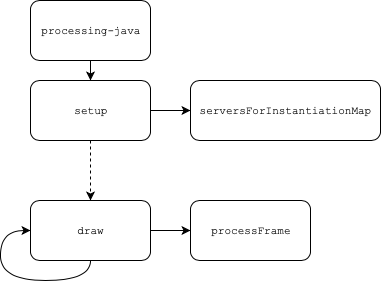
Before: Documentation/Assets/Runtime.png, a diagram exported from draw.io (marcusrossel/live-lightshow). Source tidied: cells renumbered, new cells last; positions are measured from the earlier drawing's top-left corner, leaving out a move shared by most shapes.
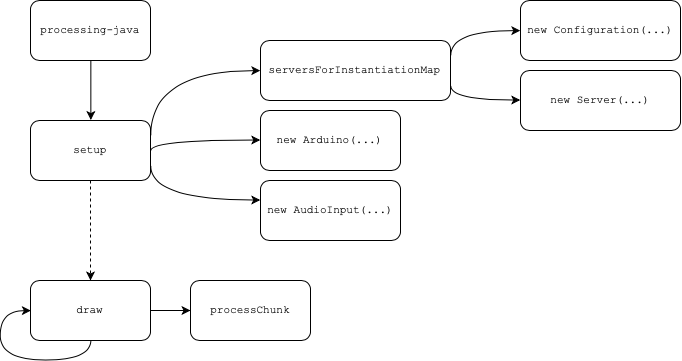
Later version of the same file.

The edit, as a diff of the source:
```diff
@@ -3,11 +3,8 @@
     <mxCell id="0" />
     <mxCell id="1" parent="0" />
     <mxCell id="2" value="processing-java&lt;br&gt;" style="rounded=1;whiteSpace=wrap;html=1;fontFamily=Courier New;fontSize=11;" parent="1" vertex="1">
-      <mxGeometry x="30" width="120" height="60" as="geometry" />
+      <mxGeometry x="30" y="-40" width="120" height="60" as="geometry" />
     </mxCell>
-    <mxCell id="3" style="edgeStyle=orthogonalEdgeStyle;rounded=0;jettySize=auto;html=1;" parent="1" edge="1" source="5" target="9">
-      <mxGeometry relative="1" as="geometry" />
-    </mxCell>
     <mxCell id="4" style="edgeStyle=orthogonalEdgeStyle;curved=1;rounded=0;jettySize=auto;html=1;fontFamily=Courier New;fontSize=11;dashed=1;" parent="1" edge="1" source="5" target="7">
       <mxGeometry relative="1" as="geometry" />
     </mxCell>
@@ -18,13 +15,13 @@
       <mxGeometry relative="1" as="geometry" />
     </mxCell>
     <mxCell id="7" value="draw" style="rounded=1;whiteSpace=wrap;html=1;fontFamily=Courier New;fontSize=11;" parent="1" vertex="1">
-      <mxGeometry x="30" y="200" width="120" height="60" as="geometry" />
+      <mxGeometry x="30" y="240" width="120" height="60" as="geometry" />
     </mxCell>
-    <mxCell id="8" value="processFrame" style="rounded=1;whiteSpace=wrap;html=1;fontFamily=Courier New;fontSize=11;" parent="1" vertex="1">
-      <mxGeometry x="190" y="200" width="120" height="60" as="geometry" />
+    <mxCell id="8" value="processChunk" style="rounded=1;whiteSpace=wrap;html=1;fontFamily=Courier New;fontSize=11;" parent="1" vertex="1">
+      <mxGeometry x="190" y="240" width="120" height="60" as="geometry" />
     </mxCell>
     <mxCell id="9" value="serversForInstantiationMap" style="rounded=1;whiteSpace=wrap;html=1;fontFamily=Courier New;fontSize=11;" parent="1" vertex="1">
-      <mxGeometry x="190" y="80" width="190" height="60" as="geometry" />
+      <mxGeometry x="260" width="190" height="60" as="geometry" />
     </mxCell>
     <mxCell id="10" style="edgeStyle=orthogonalEdgeStyle;rounded=0;jettySize=auto;html=1;exitX=0.5;exitY=1;exitDx=0;exitDy=0;entryX=0.5;entryY=0;entryDx=0;entryDy=0;" parent="1" edge="1" source="2" target="5">
       <mxGeometry relative="1" as="geometry" />
@@ -32,11 +29,60 @@
     <mxCell id="11" style="edgeStyle=orthogonalEdgeStyle;curved=1;rounded=0;orthogonalLoop=1;jettySize=auto;html=1;fontFamily=Courier New;fontSize=11;entryX=0;entryY=0.5;entryDx=0;entryDy=0;exitX=0.5;exitY=1;exitDx=0;exitDy=0;" parent="1" edge="1" source="7" target="7">
       <mxGeometry relative="1" as="geometry">
         <Array as="points">
-          <mxPoint x="90" y="280" />
-          <mxPoint y="280" />
-          <mxPoint y="230" />
+          <mxPoint x="90" y="320" />
+          <mxPoint y="320" />
+          <mxPoint y="270" />
         </Array>
       </mxGeometry>
     </mxCell>
+    <mxCell id="12" value="new Arduino(...)" style="rounded=1;whiteSpace=wrap;html=1;fontFamily=Courier New;fontSize=11;" parent="1" vertex="1">
+      <mxGeometry x="260" y="70" width="140" height="60" as="geometry" />
+    </mxCell>
+    <mxCell id="3" style="edgeStyle=orthogonalEdgeStyle;curved=1;rounded=0;jettySize=auto;html=1;fontFamily=Courier New;fontSize=11;exitX=1;exitY=0.25;exitDx=0;exitDy=0;entryX=0;entryY=0.5;entryDx=0;entryDy=0;" parent="1" edge="1" source="5" target="9">
+      <mxGeometry relative="1" as="geometry">
+        <Array as="points">
+          <mxPoint x="150" y="30" />
+        </Array>
+      </mxGeometry>
+    </mxCell>
+    <mxCell id="13" style="edgeStyle=orthogonalEdgeStyle;curved=1;rounded=0;jettySize=auto;html=1;fontFamily=Courier New;fontSize=11;exitX=1;exitY=0.5;exitDx=0;exitDy=0;entryX=0;entryY=0.5;entryDx=0;entryDy=0;" parent="1" edge="1" source="5" target="12">
+      <mxGeometry relative="1" as="geometry">
+        <Array as="points">
+          <mxPoint x="150" y="100" />
+        </Array>
+      </mxGeometry>
+    </mxCell>
+    <mxCell id="14" value="new AudioInput(...)" style="rounded=1;whiteSpace=wrap;html=1;fontFamily=Courier New;fontSize=11;" parent="1" vertex="1">
+      <mxGeometry x="260" y="140" width="140" height="60" as="geometry" />
+    </mxCell>
+    <mxCell id="15" style="edgeStyle=orthogonalEdgeStyle;curved=1;rounded=0;jettySize=auto;html=1;fontFamily=Courier New;fontSize=11;exitX=1;exitY=0.75;exitDx=0;exitDy=0;" parent="1" edge="1" source="5">
+      <mxGeometry relative="1" as="geometry">
+        <mxPoint x="260" y="160" as="targetPoint" />
+        <Array as="points">
+          <mxPoint x="150" y="160" />
+        </Array>
+      </mxGeometry>
+    </mxCell>
+    <mxCell id="16" value="new Configuration(...)" style="rounded=1;whiteSpace=wrap;html=1;fontFamily=Courier New;fontSize=11;" parent="1" vertex="1">
+      <mxGeometry x="520" y="-40" width="160" height="60" as="geometry" />
+    </mxCell>
+    <mxCell id="17" value="new Server(...)" style="rounded=1;whiteSpace=wrap;html=1;fontFamily=Courier New;fontSize=11;" parent="1" vertex="1">
+      <mxGeometry x="520" y="30" width="160" height="60" as="geometry" />
+    </mxCell>
+    <mxCell id="18" style="edgeStyle=orthogonalEdgeStyle;curved=1;rounded=0;jettySize=auto;html=1;fontFamily=Courier New;fontSize=11;exitX=1;exitY=0.75;exitDx=0;exitDy=0;entryX=0;entryY=0.5;entryDx=0;entryDy=0;" parent="1" edge="1" source="9" target="17">
+      <mxGeometry relative="1" as="geometry">
+        <Array as="points">
+          <mxPoint x="450" y="60" />
+        </Array>
+      </mxGeometry>
+    </mxCell>
+    <mxCell id="19" style="edgeStyle=orthogonalEdgeStyle;curved=1;rounded=0;jettySize=auto;html=1;fontFamily=Courier New;fontSize=11;exitX=1;exitY=0.25;exitDx=0;exitDy=0;entryX=0;entryY=0.5;entryDx=0;entryDy=0;" parent="1" edge="1" source="9" target="16">
+      <mxGeometry relative="1" as="geometry">
+        <Array as="points">
+          <mxPoint x="450" y="-10" />
+          <mxPoint x="520" y="-10" />
+        </Array>
+      </mxGeometry>
+    </mxCell>
   </root>
 </mxGraphModel>
```
